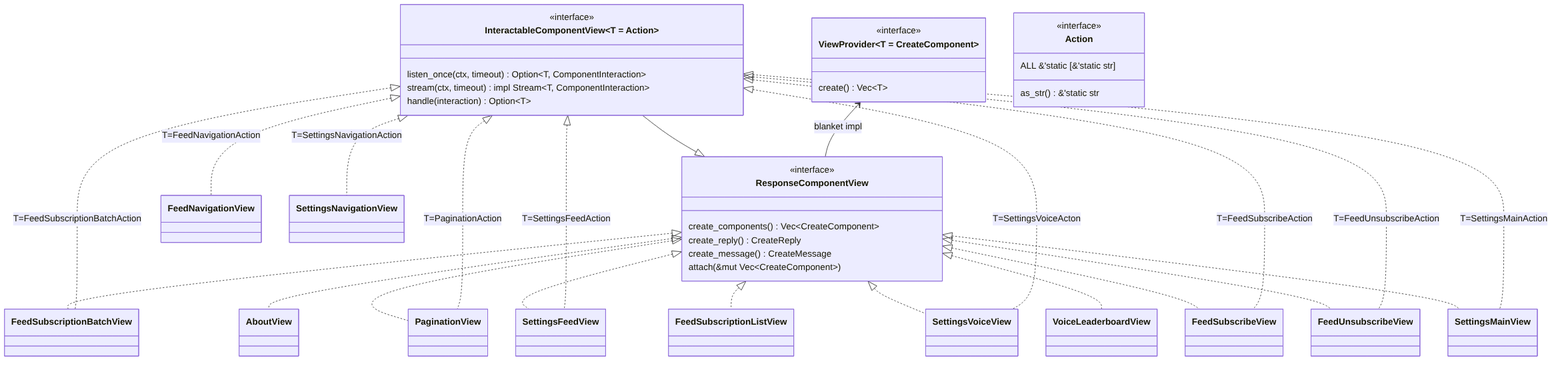
Earlier version of the Mermaid export docs/diagrams/architecture-view-uml.png (FAZuH/pwr-bot). Its source is kept beside it as docs/diagrams/architecture-view-uml.mmd.
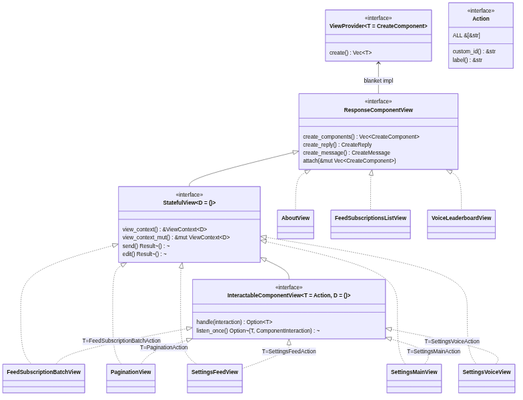
The same diagram one commit later.

Diff of the diagram source:
```diff
@@ -1,4 +1,9 @@
 classDiagram
+    class ViewProvider~T = CreateComponent~ {
+        <<interface>>
+        create() Vec~T~
+    }
+
     class ResponseComponentView {
         <<interface>>
         create_components() Vec~CreateComponent~
@@ -7,59 +12,52 @@
         attach(&mut Vec~CreateComponent~)
     }
 
-    class ViewProvider~T = CreateComponent~ {
+    class StatefulView~D = ()~ {
         <<interface>>
-        create() Vec~T~
+        view_context() &ViewContext~D~
+        view_context_mut() &mut ViewContext~D~
+        send() Result~()~
+        edit() Result~()~
     }
 
-    class InteractableComponentView~T = Action~ {
+    class InteractableComponentView~T = Action, D = ()~ {
         <<interface>>
-        listen_once(ctx, timeout) Option~T, ComponentInteraction~
-        stream(ctx, timeout) impl Stream~T, ComponentInteraction~
         handle(interaction) Option~T~
+        listen_once() Option~(T, ComponentInteraction)~
     }
 
     class Action {
         <<interface>>
-        ALL &'static [&'static str]
-        as_str() &'static str
+        ALL &[&str]
+        custom_id() &str
+        label() &str
     }
 
     ViewProvider <-- ResponseComponentView : blanket impl
-    InteractableComponentView --|> ResponseComponentView
+    ResponseComponentView <|-- StatefulView
+    StatefulView <|-- InteractableComponentView
 
     class AboutView
-    class FeedNavigationView
-    class FeedSubscribeView
+    class FeedSubscriptionsListView
     class FeedSubscriptionBatchView
-    class FeedSubscriptionListView
-    class FeedUnsubscribeView
     class PaginationView
     class SettingsFeedView
     class SettingsMainView
-    class SettingsNavigationView
     class SettingsVoiceView
     class VoiceLeaderboardView
+
+    StatefulView <|.. FeedSubscriptionBatchView
+    StatefulView <|.. PaginationView
+    StatefulView <|.. SettingsFeedView
+    StatefulView <|.. SettingsMainView
+    StatefulView <|.. SettingsVoiceView
 
     InteractableComponentView <|.. FeedSubscriptionBatchView : T=FeedSubscriptionBatchAction
     InteractableComponentView <|.. PaginationView : T=PaginationAction
     InteractableComponentView <|.. SettingsFeedView : T=SettingsFeedAction
-    InteractableComponentView <|.. SettingsVoiceView : T=SettingsVoiceActon
+    InteractableComponentView <|.. SettingsMainView : T=SettingsMainAction
+    InteractableComponentView <|.. SettingsVoiceView : T=SettingsVoiceAction
 
     ResponseComponentView <|.. AboutView
-    ResponseComponentView <|.. FeedSubscriptionBatchView
-    ResponseComponentView <|.. FeedSubscriptionListView
-    ResponseComponentView <|.. PaginationView
-    ResponseComponentView <|.. SettingsFeedView
-    ResponseComponentView <|.. SettingsVoiceView
+    ResponseComponentView <|.. FeedSubscriptionsListView
     ResponseComponentView <|.. VoiceLeaderboardView
-
-    InteractableComponentView <|.. FeedNavigationView : T=FeedNavigationAction
-    InteractableComponentView <|.. FeedSubscribeView : T=FeedSubscribeAction
-    InteractableComponentView <|.. FeedUnsubscribeView : T=FeedUnsubscribeAction
-    InteractableComponentView <|.. SettingsMainView : T=SettingsMainAction
-    InteractableComponentView <|.. SettingsNavigationView : T=SettingsNavigationAction
-
-    ResponseComponentView <|.. FeedSubscribeView
-    ResponseComponentView <|.. FeedUnsubscribeView
-    ResponseComponentView <|.. SettingsMainView
```
